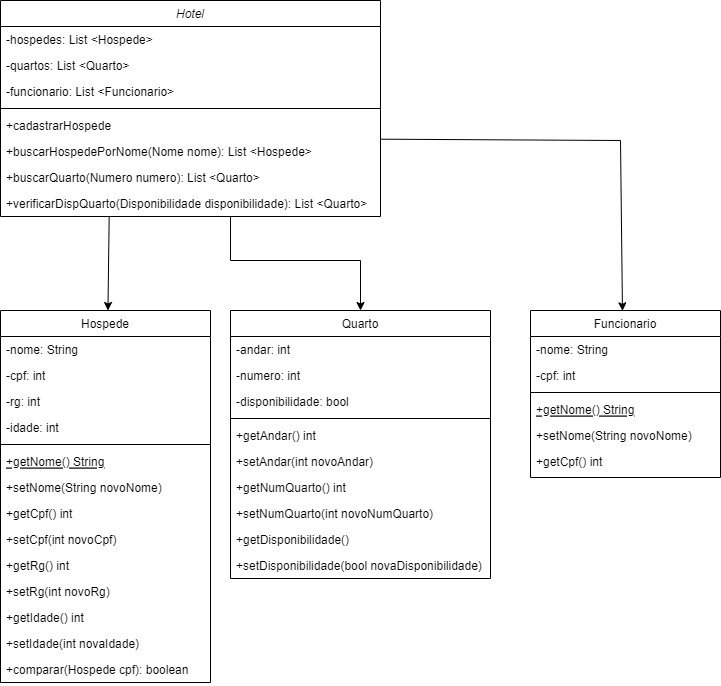
Before: Engenharia de Software/Diagrama de Classes UML.drawio.png, a diagram exported from draw.io (MurilowJr/bertoti). Source tidied: cells renumbered, new cells last; positions are measured from the earlier drawing's top-left corner, leaving out a move shared by most shapes.
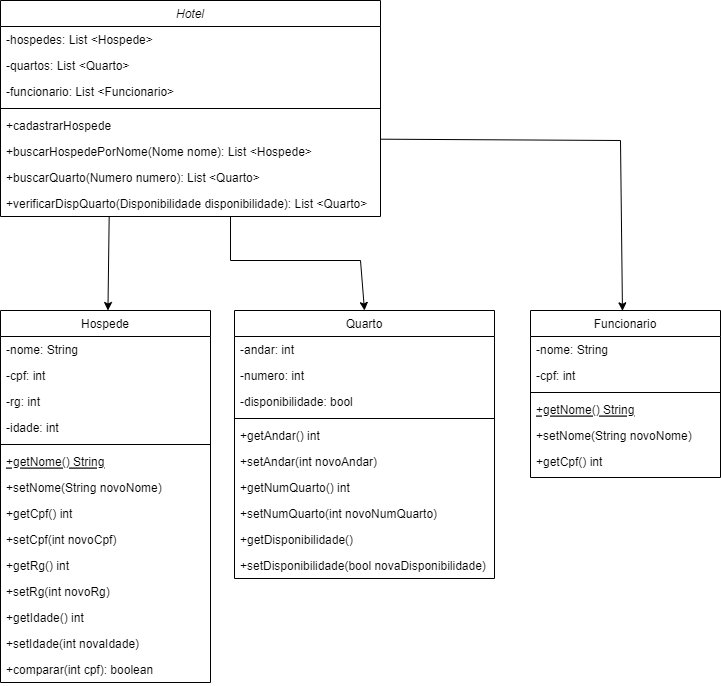
The same diagram one commit later.

Change to the diagram source:
```diff
@@ -77,11 +77,11 @@
     <mxCell id="25" value="+setIdade(int novaIdade)" style="text;align=left;verticalAlign=top;spacingLeft=4;spacingRight=4;overflow=hidden;" parent="12" vertex="1">
       <mxGeometry y="320" width="210" height="26" as="geometry" />
     </mxCell>
-    <mxCell id="26" value="+comparar(Hospede cpf): boolean" style="text;align=left;verticalAlign=top;spacingLeft=4;spacingRight=4;overflow=hidden;" parent="12" vertex="1">
+    <mxCell id="26" value="+comparar(int cpf): boolean" style="text;align=left;verticalAlign=top;spacingLeft=4;spacingRight=4;overflow=hidden;" parent="12" vertex="1">
       <mxGeometry y="346" width="210" height="26" as="geometry" />
     </mxCell>
     <mxCell id="27" value="Quarto" style="swimlane;fontStyle=0;align=center;verticalAlign=top;horizontal=1;startSize=26;rounded=0;shadow=0;strokeWidth=1;" parent="1" vertex="1">
-      <mxGeometry x="230" y="310" width="260" height="268" as="geometry" />
+      <mxGeometry x="234" y="310" width="260" height="268" as="geometry" />
     </mxCell>
     <mxCell id="28" value="-andar: int" style="text;align=left;verticalAlign=top;spacingLeft=4;spacingRight=4;overflow=hidden;" parent="27" vertex="1">
       <mxGeometry y="26" width="260" height="26" as="geometry" />
```
